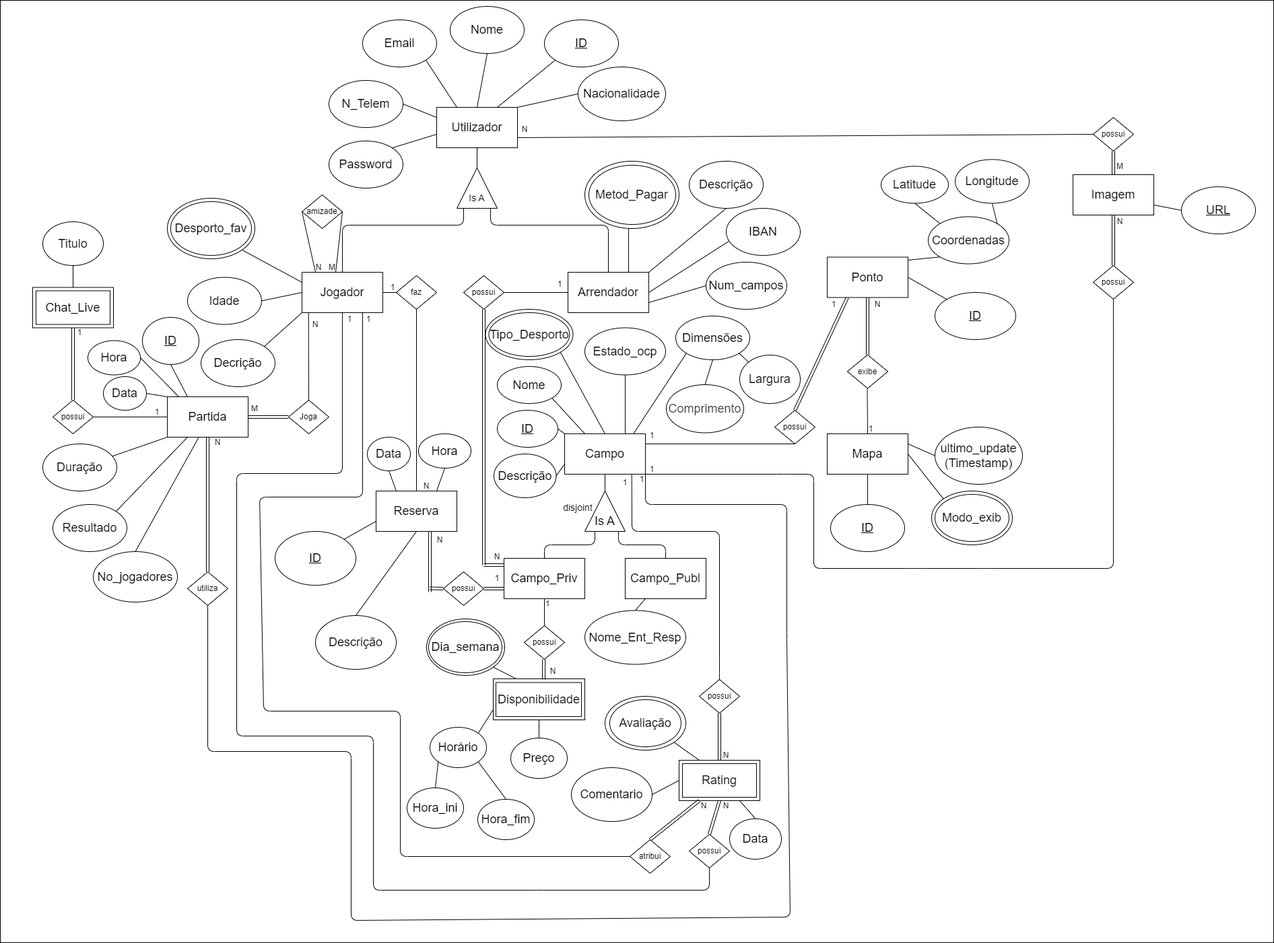
Above: DER_SL.png in Paul-Y5/Projeto_SPORTSLINK-BD (draw.io), before the change. Source tidied: cells renumbered, new cells last; positions are measured from the earlier drawing's top-left corner, leaving out a move shared by most shapes.
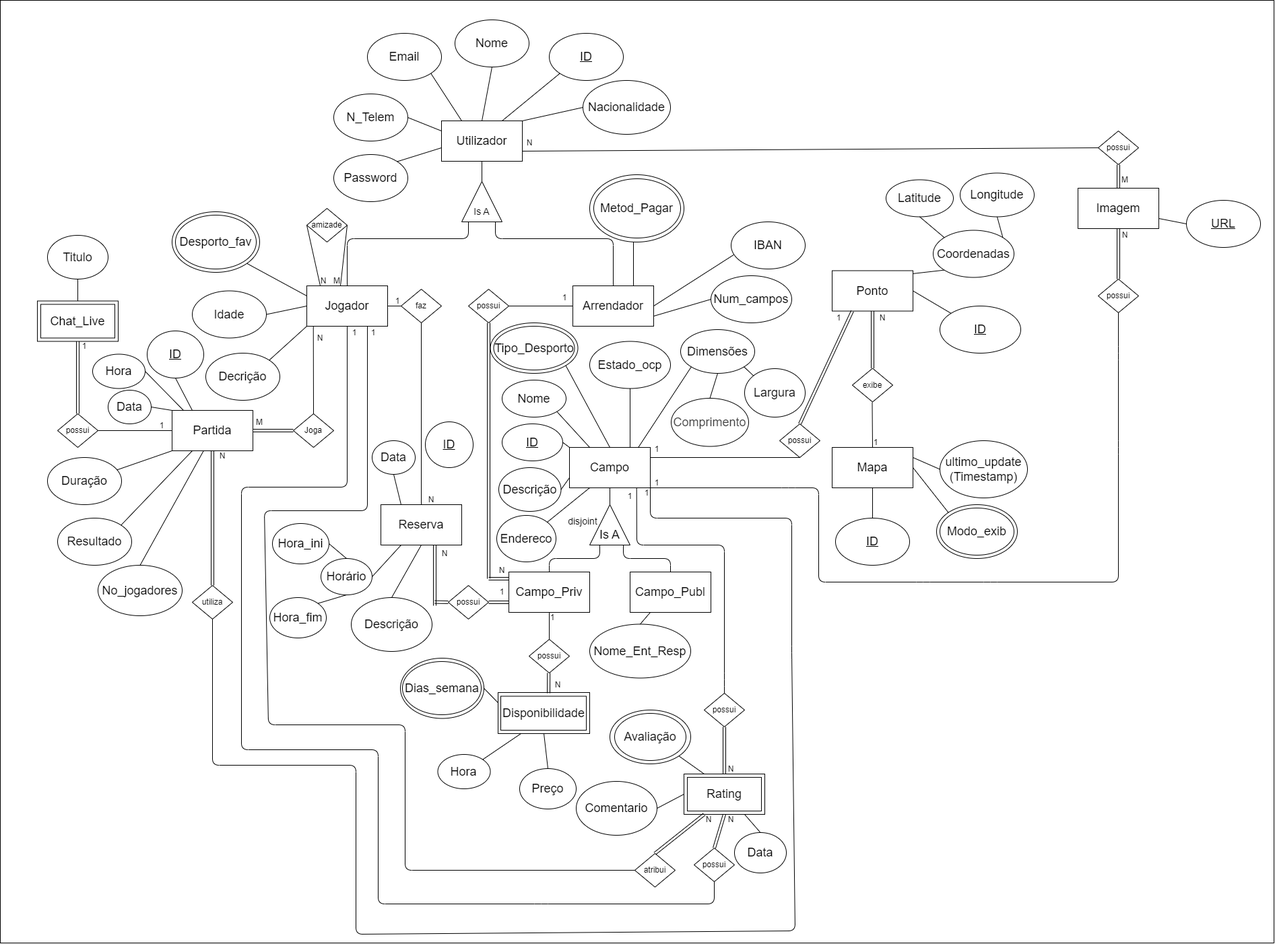
After the commit.

Change to the diagram source:
```diff
@@ -3,7 +3,7 @@
     <mxCell id="0" />
     <mxCell id="1" parent="0" />
     <mxCell id="2" style="rounded=0;whiteSpace=wrap;html=1;" parent="1" vertex="1">
-      <mxGeometry width="1891" height="1400" as="geometry" />
+      <mxGeometry x="-7" y="-20" width="1891" height="1400" as="geometry" />
     </mxCell>
     <mxCell id="3" value="&lt;font style=&quot;font-size: 18px;&quot;&gt;Utilizador&lt;/font&gt;" style="rounded=0;whiteSpace=wrap;html=1;" parent="1" vertex="1">
       <mxGeometry x="648" y="159" width="120" height="60" as="geometry" />
@@ -95,14 +95,9 @@
     <mxCell id="28" style="endArrow=none;html=1;exitX=0;exitY=0.25;exitDx=0;exitDy=0;entryX=1;entryY=1;entryDx=0;entryDy=0;" parent="1" edge="1" source="16" target="21">
       <mxGeometry relative="1" as="geometry" />
     </mxCell>
-    <mxCell id="29" value="&lt;span style=&quot;font-size: 18px;&quot;&gt;Descrição&lt;/span&gt;" style="ellipse;whiteSpace=wrap;html=1;" parent="1" vertex="1">
-      <mxGeometry x="1023" y="239" width="110" height="70" as="geometry" />
+    <mxCell id="29" value="&lt;span style=&quot;font-size: 18px;&quot;&gt;Endereco&lt;/span&gt;" style="ellipse;whiteSpace=wrap;html=1;" parent="1" vertex="1">
+      <mxGeometry x="730" y="745" width="88" height="69" as="geometry" />
     </mxCell>
-    <mxCell id="30" style="endArrow=none;html=1;entryX=0.5;entryY=1;entryDx=0;entryDy=0;" parent="1" edge="1" target="29">
-      <mxGeometry relative="1" as="geometry">
-        <mxPoint x="963" y="404" as="sourcePoint" />
-      </mxGeometry>
-    </mxCell>
     <mxCell id="31" value="&lt;span style=&quot;font-size: 18px;&quot;&gt;IBAN&lt;/span&gt;" style="ellipse;whiteSpace=wrap;html=1;" parent="1" vertex="1">
       <mxGeometry x="1078" y="309" width="110" height="70" as="geometry" />
     </mxCell>
@@ -322,17 +317,14 @@
       <mxGeometry relative="1" as="geometry" />
     </mxCell>
     <mxCell id="94" value="&lt;font style=&quot;font-size: 18px;&quot;&gt;Descrição&lt;/font&gt;" style="ellipse;whiteSpace=wrap;html=1;" parent="1" vertex="1">
-      <mxGeometry x="468" y="914" width="120" height="80" as="geometry" />
+      <mxGeometry x="514" y="867" width="120" height="80" as="geometry" />
     </mxCell>
     <mxCell id="95" style="endArrow=none;html=1;entryX=0.5;entryY=1;entryDx=0;entryDy=0;exitX=0.5;exitY=0;exitDx=0;exitDy=0;" parent="1" edge="1" source="94" target="87">
       <mxGeometry relative="1" as="geometry" />
     </mxCell>
-    <mxCell id="96" value="&lt;font style=&quot;font-size: 18px;&quot;&gt;&lt;u&gt;ID&lt;/u&gt;&lt;/font&gt;" style="ellipse;whiteSpace=wrap;html=1;" parent="1" vertex="1">
-      <mxGeometry x="408" y="789" width="120" height="80" as="geometry" />
+    <mxCell id="96" value="&lt;font style=&quot;font-size: 18px;&quot;&gt;&lt;u&gt;ID&lt;/u&gt;&lt;/font&gt;" style="ellipse;whiteSpace=wrap;html=1;direction=south;" parent="1" vertex="1">
+      <mxGeometry x="624" y="606" width="71" height="68" as="geometry" />
     </mxCell>
-    <mxCell id="97" style="endArrow=none;html=1;entryX=0;entryY=0.75;entryDx=0;entryDy=0;exitX=1;exitY=0;exitDx=0;exitDy=0;" parent="1" edge="1" source="96" target="87">
-      <mxGeometry relative="1" as="geometry" />
-    </mxCell>
     <mxCell id="98" style="endArrow=none;html=1;exitX=1;exitY=0.5;exitDx=0;exitDy=0;entryX=0;entryY=0.5;entryDx=0;entryDy=0;" parent="1" edge="1" source="16" target="74">
       <mxGeometry relative="1" as="geometry" />
     </mxCell>
@@ -593,19 +585,13 @@
       <mxGeometry relative="1" as="geometry" />
     </mxCell>
     <mxCell id="171" value="&lt;span style=&quot;font-size: 18px;&quot;&gt;Data&lt;/span&gt;" style="ellipse;whiteSpace=wrap;html=1;" parent="1" vertex="1">
-      <mxGeometry x="545" y="649" width="64" height="50" as="geometry" />
+      <mxGeometry x="545" y="634" width="64" height="50" as="geometry" />
     </mxCell>
-    <mxCell id="172" value="&lt;span style=&quot;font-size: 18px;&quot;&gt;Hora&lt;/span&gt;" style="ellipse;whiteSpace=wrap;html=1;" parent="1" vertex="1">
-      <mxGeometry x="621" y="644" width="78" height="51" as="geometry" />
-    </mxCell>
     <mxCell id="173" style="endArrow=none;html=1;entryX=0.25;entryY=0;entryDx=0;entryDy=0;exitX=0.5;exitY=1;exitDx=0;exitDy=0;" parent="1" edge="1" source="171" target="87">
       <mxGeometry relative="1" as="geometry" />
     </mxCell>
-    <mxCell id="174" style="endArrow=none;html=1;entryX=0.5;entryY=1;entryDx=0;entryDy=0;exitX=0.75;exitY=0;exitDx=0;exitDy=0;" parent="1" edge="1" source="87" target="172">
-      <mxGeometry relative="1" as="geometry" />
-    </mxCell>
     <mxCell id="175" value="&lt;font style=&quot;font-size: 18px;&quot;&gt;Preço&lt;/font&gt;" style="ellipse;whiteSpace=wrap;html=1;" parent="1" vertex="1">
-      <mxGeometry x="758" y="1096" width="84" height="60" as="geometry" />
+      <mxGeometry x="764" y="1121" width="84" height="60" as="geometry" />
     </mxCell>
     <mxCell id="176" style="endArrow=none;html=1;exitX=0.5;exitY=0;exitDx=0;exitDy=0;entryX=0.5;entryY=1;entryDx=0;entryDy=0;" parent="1" edge="1" source="175" target="54">
       <mxGeometry relative="1" as="geometry" />
@@ -706,32 +692,41 @@
     <mxCell id="202" style="endArrow=none;html=1;entryX=1;entryY=0.5;entryDx=0;entryDy=0;exitX=0;exitY=0;exitDx=0;exitDy=0;" parent="1" edge="1" source="85" target="199">
       <mxGeometry relative="1" as="geometry" />
     </mxCell>
-    <mxCell id="203" value="&lt;font style=&quot;font-size: 18px;&quot;&gt;Dia_semana&lt;/font&gt;" style="ellipse;whiteSpace=wrap;html=1;" parent="1" vertex="1">
-      <mxGeometry x="633" y="919" width="116" height="84" as="geometry" />
+    <mxCell id="203" value="&lt;font style=&quot;font-size: 18px;&quot;&gt;Dias_semana&lt;/font&gt;" style="ellipse;whiteSpace=wrap;html=1;" parent="1" vertex="1">
+      <mxGeometry x="587" y="957" width="124" height="89.5" as="geometry" />
     </mxCell>
-    <mxCell id="204" value="&lt;span style=&quot;font-size: 18px;&quot;&gt;Horário&lt;/span&gt;" style="ellipse;whiteSpace=wrap;html=1;" parent="1" vertex="1">
-      <mxGeometry x="638" y="1080" width="84" height="60" as="geometry" />
-    </mxCell>
     <mxCell id="205" value="&lt;span style=&quot;font-size: 18px;&quot;&gt;Hora_ini&lt;/span&gt;" style="ellipse;whiteSpace=wrap;html=1;" parent="1" vertex="1">
-      <mxGeometry x="604" y="1170" width="84" height="60" as="geometry" />
+      <mxGeometry x="397" y="757" width="84" height="60" as="geometry" />
     </mxCell>
     <mxCell id="206" value="&lt;span style=&quot;font-size: 18px;&quot;&gt;Hora_fim&lt;/span&gt;" style="ellipse;whiteSpace=wrap;html=1;" parent="1" vertex="1">
-      <mxGeometry x="709" y="1187" width="84" height="60" as="geometry" />
+      <mxGeometry x="393" y="867" width="84" height="60" as="geometry" />
     </mxCell>
-    <mxCell id="207" style="endArrow=none;html=1;exitX=0;exitY=0.75;exitDx=0;exitDy=0;entryX=1;entryY=0;entryDx=0;entryDy=0;" parent="1" edge="1" source="54" target="204">
-      <mxGeometry relative="1" as="geometry" />
-    </mxCell>
-    <mxCell id="208" style="endArrow=none;html=1;exitX=0;exitY=1;exitDx=0;exitDy=0;entryX=0.5;entryY=0;entryDx=0;entryDy=0;" parent="1" edge="1" source="204" target="205">
-      <mxGeometry relative="1" as="geometry" />
-    </mxCell>
-    <mxCell id="209" style="endArrow=none;html=1;exitX=1;exitY=1;exitDx=0;exitDy=0;entryX=0.5;entryY=0;entryDx=0;entryDy=0;" parent="1" edge="1" source="204" target="206">
-      <mxGeometry relative="1" as="geometry" />
-    </mxCell>
-    <mxCell id="210" style="endArrow=none;html=1;exitX=1;exitY=1;exitDx=0;exitDy=0;entryX=0.25;entryY=0;entryDx=0;entryDy=0;" parent="1" edge="1" source="203" target="54">
+    <mxCell id="210" style="endArrow=none;html=1;exitX=1;exitY=0.5;exitDx=0;exitDy=0;entryX=0;entryY=0.25;entryDx=0;entryDy=0;" parent="1" edge="1" source="203" target="54">
       <mxGeometry relative="1" as="geometry" />
     </mxCell>
     <mxCell id="211" style="ellipse;whiteSpace=wrap;html=1;fillColor=none;" parent="1" vertex="1">
-      <mxGeometry x="636" y="923" width="109" height="76" as="geometry" />
+      <mxGeometry x="590" y="962" width="117" height="79" as="geometry" />
     </mxCell>
+    <mxCell id="212" style="endArrow=none;html=1;exitX=1;exitY=0;exitDx=0;exitDy=0;entryX=0.25;entryY=1;entryDx=0;entryDy=0;" parent="1" edge="1" source="29" target="46">
+      <mxGeometry relative="1" as="geometry" />
+    </mxCell>
+    <mxCell id="172" value="&lt;span style=&quot;font-size: 18px;&quot;&gt;Hora&lt;/span&gt;" style="ellipse;whiteSpace=wrap;html=1;" parent="1" vertex="1">
+      <mxGeometry x="642.5" y="1100" width="78" height="51" as="geometry" />
+    </mxCell>
+    <mxCell id="213" style="endArrow=none;html=1;entryX=1;entryY=0;entryDx=0;entryDy=0;exitX=0.25;exitY=1;exitDx=0;exitDy=0;" parent="1" edge="1" source="54" target="172">
+      <mxGeometry relative="1" as="geometry" />
+    </mxCell>
+    <mxCell id="204" value="&lt;span style=&quot;font-size: 18px;&quot;&gt;Horário&lt;/span&gt;" style="ellipse;whiteSpace=wrap;html=1;" parent="1" vertex="1">
+      <mxGeometry x="469" y="809" width="76" height="54" as="geometry" />
+    </mxCell>
+    <mxCell id="214" style="endArrow=none;html=1;entryX=0.5;entryY=0;entryDx=0;entryDy=0;exitX=1;exitY=0.5;exitDx=0;exitDy=0;" parent="1" edge="1" source="205" target="204">
+      <mxGeometry relative="1" as="geometry" />
+    </mxCell>
+    <mxCell id="215" style="endArrow=none;html=1;entryX=0.5;entryY=1;entryDx=0;entryDy=0;exitX=1;exitY=0;exitDx=0;exitDy=0;" parent="1" edge="1" source="206" target="204">
+      <mxGeometry relative="1" as="geometry" />
+    </mxCell>
+    <mxCell id="216" style="endArrow=none;html=1;entryX=1;entryY=0.5;entryDx=0;entryDy=0;exitX=0.25;exitY=1;exitDx=0;exitDy=0;" parent="1" edge="1" source="87" target="204">
+      <mxGeometry relative="1" as="geometry" />
+    </mxCell>
   </root>
 </mxGraphModel>
```
